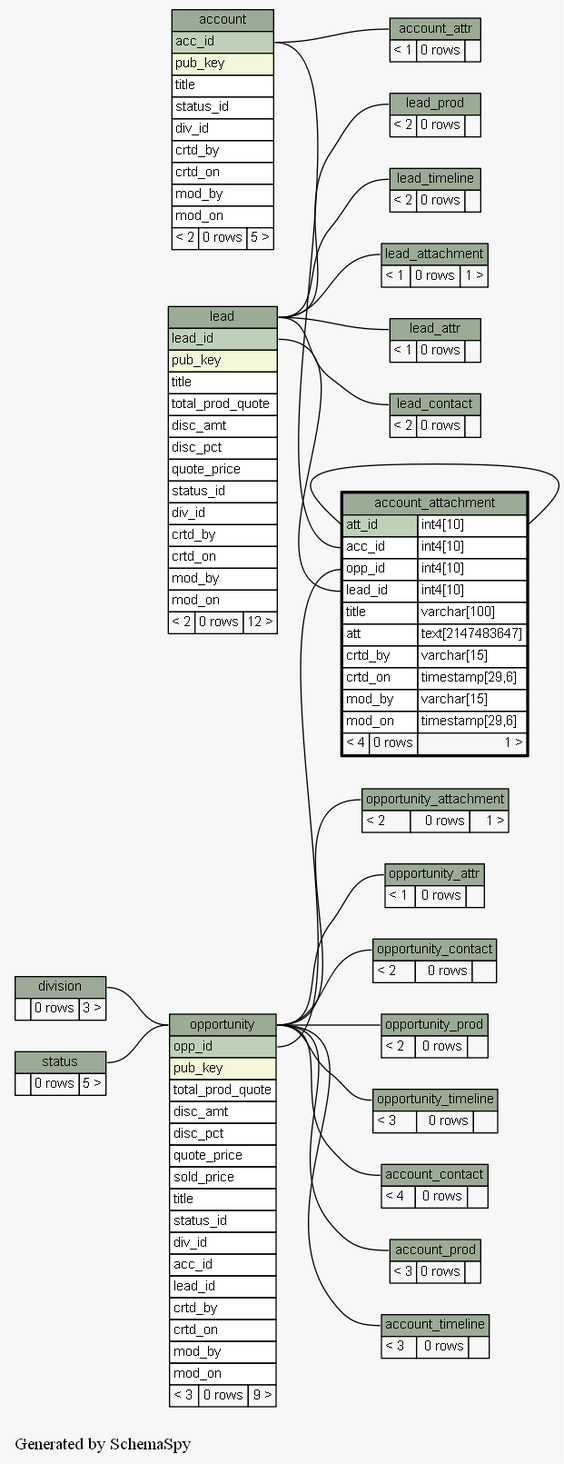
Above: docs/database/schemaspy/graphs/account_attachment.2degrees.png in engineerscraft/salesforce (Graphviz), before the change. Its source is kept beside it as docs/database/schemaspy/graphs/account_attachment.2degrees.dot. The source it was exported from:
```dot
digraph "twoDegreesRelationshipsGraph" {
  graph [
    rankdir="RL"
    bgcolor="#f7f7f7"
    label="\nGenerated by SchemaSpy"
    labeljust="l"
  ];
  node [
    fontname="Helvetica"
    fontsize="11"
    shape="plaintext"
  ];
  edge [
    arrowsize="0.8"
  ];
  "account_attachment":"acc_id":w -> "account":"acc_id":e [arrowtail=crowtee arrowhead=none];
  "account_attachment":"att_id":w -> "account_attachment":"att_id.type":e [arrowtail=tee arrowhead=none];
  "account_attachment":"lead_id":w -> "lead":"lead_id":e [arrowtail=crowodot arrowhead=none];
  "account_attachment":"opp_id":w -> "opportunity":"opp_id":e [arrowtail=crowodot arrowhead=none];
  "account_attr":"account_attr.heading":w -> "account":"acc_id":e [arrowtail=tee arrowhead=none];
  "account_contact":"account_contact.heading":w -> "opportunity":"opportunity.heading":e [arrowtail=crowtee arrowhead=none];
  "account_prod":"account_prod.heading":w -> "opportunity":"opportunity.heading":e [arrowtail=crowtee arrowhead=none];
  "account_timeline":"account_timeline.heading":w -> "opportunity":"opportunity.heading":e [arrowtail=crowodot arrowhead=none];
  "lead_attachment":"lead_attachment.heading":w -> "lead":"lead.heading":e [arrowtail=crowtee arrowhead=none];
  "lead_attr":"lead_attr.heading":w -> "lead":"lead.heading":e [arrowtail=tee arrowhead=none];
  "lead_contact":"lead_contact.heading":w -> "lead":"lead.heading":e [arrowtail=crowtee arrowhead=none];
  "lead_prod":"lead_prod.heading":w -> "lead":"lead.heading":e [arrowtail=crowtee arrowhead=none];
  "lead_timeline":"lead_timeline.heading":w -> "lead":"lead.heading":e [arrowtail=crowtee arrowhead=none];
  "opportunity":"opportunity.heading":w -> "division":"division.heading":e [arrowtail=crowtee arrowhead=none];
  "opportunity":"opportunity.heading":w -> "status":"status.heading":e [arrowtail=crowtee arrowhead=none];
  "opportunity_attachment":"opportunity_attachment.heading":w -> "opportunity":"opportunity.heading":e [arrowtail=crowtee arrowhead=none];
  "opportunity_attr":"opportunity_attr.heading":w -> "opportunity":"opportunity.heading":e [arrowtail=tee arrowhead=none];
  "opportunity_contact":"opportunity_contact.heading":w -> "opportunity":"opportunity.heading":e [arrowtail=crowtee arrowhead=none];
  "opportunity_prod":"opportunity_prod.heading":w -> "opportunity":"opportunity.heading":e [arrowtail=crowtee arrowhead=none];
  "opportunity_timeline":"opportunity_timeline.heading":w -> "opportunity":"opportunity.heading":e [arrowtail=crowtee arrowhead=none];
  "account" [
    label=<
    <TABLE BORDER="0" CELLBORDER="1" CELLSPACING="0" BGCOLOR="#ffffff">
      <TR><TD PORT="account.heading" COLSPAN="3" BGCOLOR="#9bab96" ALIGN="CENTER">account</TD></TR>
      <TR><TD PORT="acc_id" COLSPAN="3" BGCOLOR="#bed1b8" ALIGN="LEFT">acc_id</TD></TR>
      <TR><TD PORT="pub_key" COLSPAN="3" BGCOLOR="#f4f7da" ALIGN="LEFT">pub_key</TD></TR>
      <TR><TD PORT="title" COLSPAN="3" ALIGN="LEFT">title</TD></TR>
      <TR><TD PORT="status_id" COLSPAN="3" ALIGN="LEFT">status_id</TD></TR>
      <TR><TD PORT="div_id" COLSPAN="3" ALIGN="LEFT">div_id</TD></TR>
      <TR><TD PORT="crtd_by" COLSPAN="3" ALIGN="LEFT">crtd_by</TD></TR>
      <TR><TD PORT="crtd_on" COLSPAN="3" ALIGN="LEFT">crtd_on</TD></TR>
      <TR><TD PORT="mod_by" COLSPAN="3" ALIGN="LEFT">mod_by</TD></TR>
      <TR><TD PORT="mod_on" COLSPAN="3" ALIGN="LEFT">mod_on</TD></TR>
      <TR><TD ALIGN="LEFT" BGCOLOR="#f7f7f7">&lt; 2</TD><TD ALIGN="RIGHT" BGCOLOR="#f7f7f7">0 rows</TD><TD ALIGN="RIGHT" BGCOLOR="#f7f7f7">5 &gt;</TD></TR>
    </TABLE>>
    URL="account.html#graph"
    tooltip="account"
  ];
  "account_attachment" [
    label=<
    <TABLE BORDER="2" CELLBORDER="1" CELLSPACING="0" BGCOLOR="#ffffff">
      <TR><TD PORT="account_attachment.heading" COLSPAN="3" BGCOLOR="#9bab96" ALIGN="CENTER">account_attachment</TD></TR>
      <TR><TD PORT="att_id" COLSPAN="2" BGCOLOR="#bed1b8" ALIGN="LEFT">att_id</TD><TD PORT="att_id.type" ALIGN="LEFT">int4[10]</TD></TR>
      <TR><TD PORT="acc_id" COLSPAN="2" ALIGN="LEFT">acc_id</TD><TD PORT="acc_id.type" ALIGN="LEFT">int4[10]</TD></TR>
      <TR><TD PORT="opp_id" COLSPAN="2" ALIGN="LEFT">opp_id</TD><TD PORT="opp_id.type" ALIGN="LEFT">int4[10]</TD></TR>
      <TR><TD PORT="lead_id" COLSPAN="2" ALIGN="LEFT">lead_id</TD><TD PORT="lead_id.type" ALIGN="LEFT">int4[10]</TD></TR>
      <TR><TD PORT="title" COLSPAN="2" ALIGN="LEFT">title</TD><TD PORT="title.type" ALIGN="LEFT">varchar[100]</TD></TR>
      <TR><TD PORT="att" COLSPAN="2" ALIGN="LEFT">att</TD><TD PORT="att.type" ALIGN="LEFT">text[2147483647]</TD></TR>
      <TR><TD PORT="crtd_by" COLSPAN="2" ALIGN="LEFT">crtd_by</TD><TD PORT="crtd_by.type" ALIGN="LEFT">varchar[15]</TD></TR>
      <TR><TD PORT="crtd_on" COLSPAN="2" ALIGN="LEFT">crtd_on</TD><TD PORT="crtd_on.type" ALIGN="LEFT">timestamp[29,6]</TD></TR>
      <TR><TD PORT="mod_by" COLSPAN="2" ALIGN="LEFT">mod_by</TD><TD PORT="mod_by.type" ALIGN="LEFT">varchar[15]</TD></TR>
      <TR><TD PORT="mod_on" COLSPAN="2" ALIGN="LEFT">mod_on</TD><TD PORT="mod_on.type" ALIGN="LEFT">timestamp[29,6]</TD></TR>
      <TR><TD ALIGN="LEFT" BGCOLOR="#f7f7f7">&lt; 4</TD><TD ALIGN="RIGHT" BGCOLOR="#f7f7f7">0 rows</TD><TD ALIGN="RIGHT" BGCOLOR="#f7f7f7">1 &gt;</TD></TR>
    </TABLE>>
    URL="account_attachment.html#"
    tooltip="account_attachment"
  ];
  "account_attr" [
    label=<
    <TABLE BORDER="0" CELLBORDER="1" CELLSPACING="0" BGCOLOR="#ffffff">
      <TR><TD PORT="account_attr.heading" COLSPAN="3" BGCOLOR="#9bab96" ALIGN="CENTER">account_attr</TD></TR>
      <TR><TD ALIGN="LEFT" BGCOLOR="#f7f7f7">&lt; 1</TD><TD ALIGN="RIGHT" BGCOLOR="#f7f7f7">0 rows</TD><TD ALIGN="RIGHT" BGCOLOR="#f7f7f7">  </TD></TR>
    </TABLE>>
    URL="account_attr.html#graph"
    tooltip="account_attr"
  ];
  "account_contact" [
    label=<
    <TABLE BORDER="0" CELLBORDER="1" CELLSPACING="0" BGCOLOR="#ffffff">
      <TR><TD PORT="account_contact.heading" COLSPAN="3" BGCOLOR="#9bab96" ALIGN="CENTER">account_contact</TD></TR>
      <TR><TD ALIGN="LEFT" BGCOLOR="#f7f7f7">&lt; 4</TD><TD ALIGN="RIGHT" BGCOLOR="#f7f7f7">0 rows</TD><TD ALIGN="RIGHT" BGCOLOR="#f7f7f7">  </TD></TR>
    </TABLE>>
    URL="account_contact.html#graph"
    tooltip="account_contact"
  ];
  "account_prod" [
    label=<
    <TABLE BORDER="0" CELLBORDER="1" CELLSPACING="0" BGCOLOR="#ffffff">
      <TR><TD PORT="account_prod.heading" COLSPAN="3" BGCOLOR="#9bab96" ALIGN="CENTER">account_prod</TD></TR>
      <TR><TD ALIGN="LEFT" BGCOLOR="#f7f7f7">&lt; 3</TD><TD ALIGN="RIGHT" BGCOLOR="#f7f7f7">0 rows</TD><TD ALIGN="RIGHT" BGCOLOR="#f7f7f7">  </TD></TR>
    </TABLE>>
    URL="account_prod.html#graph"
    tooltip="account_prod"
  ];
  "account_timeline" [
    label=<
    <TABLE BORDER="0" CELLBORDER="1" CELLSPACING="0" BGCOLOR="#ffffff">
      <TR><TD PORT="account_timeline.heading" COLSPAN="3" BGCOLOR="#9bab96" ALIGN="CENTER">account_timeline</TD></TR>
      <TR><TD ALIGN="LEFT" BGCOLOR="#f7f7f7">&lt; 3</TD><TD ALIGN="RIGHT" BGCOLOR="#f7f7f7">0 rows</TD><TD ALIGN="RIGHT" BGCOLOR="#f7f7f7">  </TD></TR>
    </TABLE>>
    URL="account_timeline.html#graph"
    tooltip="account_timeline"
  ];
  "division" [
    label=<
    <TABLE BORDER="0" CELLBORDER="1" CELLSPACING="0" BGCOLOR="#ffffff">
      <TR><TD PORT="division.heading" COLSPAN="3" BGCOLOR="#9bab96" ALIGN="CENTER">division</TD></TR>
      <TR><TD ALIGN="LEFT" BGCOLOR="#f7f7f7">  </TD><TD ALIGN="RIGHT" BGCOLOR="#f7f7f7">0 rows</TD><TD ALIGN="RIGHT" BGCOLOR="#f7f7f7">3 &gt;</TD></TR>
    </TABLE>>
    URL="division.html#graph"
    tooltip="division"
  ];
  "lead" [
    label=<
    <TABLE BORDER="0" CELLBORDER="1" CELLSPACING="0" BGCOLOR="#ffffff">
      <TR><TD PORT="lead.heading" COLSPAN="3" BGCOLOR="#9bab96" ALIGN="CENTER">lead</TD></TR>
      <TR><TD PORT="lead_id" COLSPAN="3" BGCOLOR="#bed1b8" ALIGN="LEFT">lead_id</TD></TR>
      <TR><TD PORT="pub_key" COLSPAN="3" BGCOLOR="#f4f7da" ALIGN="LEFT">pub_key</TD></TR>
      <TR><TD PORT="title" COLSPAN="3" ALIGN="LEFT">title</TD></TR>
      <TR><TD PORT="total_prod_quote" COLSPAN="3" ALIGN="LEFT">total_prod_quote</TD></TR>
      <TR><TD PORT="disc_amt" COLSPAN="3" ALIGN="LEFT">disc_amt</TD></TR>
      <TR><TD PORT="disc_pct" COLSPAN="3" ALIGN="LEFT">disc_pct</TD></TR>
      <TR><TD PORT="quote_price" COLSPAN="3" ALIGN="LEFT">quote_price</TD></TR>
      <TR><TD PORT="status_id" COLSPAN="3" ALIGN="LEFT">status_id</TD></TR>
      <TR><TD PORT="div_id" COLSPAN="3" ALIGN="LEFT">div_id</TD></TR>
      <TR><TD PORT="crtd_by" COLSPAN="3" ALIGN="LEFT">crtd_by</TD></TR>
      <TR><TD PORT="crtd_on" COLSPAN="3" ALIGN="LEFT">crtd_on</TD></TR>
      <TR><TD PORT="mod_by" COLSPAN="3" ALIGN="LEFT">mod_by</TD></TR>
      <TR><TD PORT="mod_on" COLSPAN="3" ALIGN="LEFT">mod_on</TD></TR>
      <TR><TD ALIGN="LEFT" BGCOLOR="#f7f7f7">&lt; 2</TD><TD ALIGN="RIGHT" BGCOLOR="#f7f7f7">0 rows</TD><TD ALIGN="RIGHT" BGCOLOR="#f7f7f7">12 &gt;</TD></TR>
    </TABLE>>
    URL="lead.html#graph"
    tooltip="lead"
  ];
  "lead_attachment" [
    label=<
    <TABLE BORDER="0" CELLBORDER="1" CELLSPACING="0" BGCOLOR="#ffffff">
      <TR><TD PORT="lead_attachment.heading" COLSPAN="3" BGCOLOR="#9bab96" ALIGN="CENTER">lead_attachment</TD></TR>
      <TR><TD ALIGN="LEFT" BGCOLOR="#f7f7f7">&lt; 1</TD><TD ALIGN="RIGHT" BGCOLOR="#f7f7f7">0 rows</TD><TD ALIGN="RIGHT" BGCOLOR="#f7f7f7">1 &gt;</TD></TR>
    </TABLE>>
    URL="lead_attachment.html#graph"
    tooltip="lead_attachment"
  ];
  "lead_attr" [
    label=<
    <TABLE BORDER="0" CELLBORDER="1" CELLSPACING="0" BGCOLOR="#ffffff">
      <TR><TD PORT="lead_attr.heading" COLSPAN="3" BGCOLOR="#9bab96" ALIGN="CENTER">lead_attr</TD></TR>
      <TR><TD ALIGN="LEFT" BGCOLOR="#f7f7f7">&lt; 1</TD><TD ALIGN="RIGHT" BGCOLOR="#f7f7f7">0 rows</TD><TD ALIGN="RIGHT" BGCOLOR="#f7f7f7">  </TD></TR>
    </TABLE>>
    URL="lead_attr.html#graph"
    tooltip="lead_attr"
  ];
  "lead_contact" [
    label=<
    <TABLE BORDER="0" CELLBORDER="1" CELLSPACING="0" BGCOLOR="#ffffff">
      <TR><TD PORT="lead_contact.heading" COLSPAN="3" BGCOLOR="#9bab96" ALIGN="CENTER">lead_contact</TD></TR>
      <TR><TD ALIGN="LEFT" BGCOLOR="#f7f7f7">&lt; 2</TD><TD ALIGN="RIGHT" BGCOLOR="#f7f7f7">0 rows</TD><TD ALIGN="RIGHT" BGCOLOR="#f7f7f7">  </TD></TR>
    </TABLE>>
    URL="lead_contact.html#graph"
    tooltip="lead_contact"
  ];
  "lead_prod" [
    label=<
    <TABLE BORDER="0" CELLBORDER="1" CELLSPACING="0" BGCOLOR="#ffffff">
      <TR><TD PORT="lead_prod.heading" COLSPAN="3" BGCOLOR="#9bab96" ALIGN="CENTER">lead_prod</TD></TR>
      <TR><TD ALIGN="LEFT" BGCOLOR="#f7f7f7">&lt; 2</TD><TD ALIGN="RIGHT" BGCOLOR="#f7f7f7">0 rows</TD><TD ALIGN="RIGHT" BGCOLOR="#f7f7f7">  </TD></TR>
    </TABLE>>
    URL="lead_prod.html#graph"
    tooltip="lead_prod"
  ];
  "lead_timeline" [
    label=<
    <TABLE BORDER="0" CELLBORDER="1" CELLSPACING="0" BGCOLOR="#ffffff">
      <TR><TD PORT="lead_timeline.heading" COLSPAN="3" BGCOLOR="#9bab96" ALIGN="CENTER">lead_timeline</TD></TR>
      <TR><TD ALIGN="LEFT" BGCOLOR="#f7f7f7">&lt; 2</TD><TD ALIGN="RIGHT" BGCOLOR="#f7f7f7">0 rows</TD><TD ALIGN="RIGHT" BGCOLOR="#f7f7f7">  </TD></TR>
    </TABLE>>
    URL="lead_timeline.html#graph"
    tooltip="lead_timeline"
  ];
  "opportunity" [
    label=<
    <TABLE BORDER="0" CELLBORDER="1" CELLSPACING="0" BGCOLOR="#ffffff">
      <TR><TD PORT="opportunity.heading" COLSPAN="3" BGCOLOR="#9bab96" ALIGN="CENTER">opportunity</TD></TR>
      <TR><TD PORT="opp_id" COLSPAN="3" BGCOLOR="#bed1b8" ALIGN="LEFT">opp_id</TD></TR>
      <TR><TD PORT="pub_key" COLSPAN="3" BGCOLOR="#f4f7da" ALIGN="LEFT">pub_key</TD></TR>
      <TR><TD PORT="total_prod_quote" COLSPAN="3" ALIGN="LEFT">total_prod_quote</TD></TR>
      <TR><TD PORT="disc_amt" COLSPAN="3" ALIGN="LEFT">disc_amt</TD></TR>
      <TR><TD PORT="disc_pct" COLSPAN="3" ALIGN="LEFT">disc_pct</TD></TR>
      <TR><TD PORT="quote_price" COLSPAN="3" ALIGN="LEFT">quote_price</TD></TR>
      <TR><TD PORT="sold_price" COLSPAN="3" ALIGN="LEFT">sold_price</TD></TR>
      <TR><TD PORT="title" COLSPAN="3" ALIGN="LEFT">title</TD></TR>
      <TR><TD PORT="status_id" COLSPAN="3" ALIGN="LEFT">status_id</TD></TR>
      <TR><TD PORT="div_id" COLSPAN="3" ALIGN="LEFT">div_id</TD></TR>
      <TR><TD PORT="acc_id" COLSPAN="3" ALIGN="LEFT">acc_id</TD></TR>
      <TR><TD PORT="lead_id" COLSPAN="3" ALIGN="LEFT">lead_id</TD></TR>
      <TR><TD PORT="crtd_by" COLSPAN="3" ALIGN="LEFT">crtd_by</TD></TR>
      <TR><TD PORT="crtd_on" COLSPAN="3" ALIGN="LEFT">crtd_on</TD></TR>
      <TR><TD PORT="mod_by" COLSPAN="3" ALIGN="LEFT">mod_by</TD></TR>
      <TR><TD PORT="mod_on" COLSPAN="3" ALIGN="LEFT">mod_on</TD></TR>
      <TR><TD ALIGN="LEFT" BGCOLOR="#f7f7f7">&lt; 3</TD><TD ALIGN="RIGHT" BGCOLOR="#f7f7f7">0 rows</TD><TD ALIGN="RIGHT" BGCOLOR="#f7f7f7">9 &gt;</TD></TR>
    </TABLE>>
    URL="opportunity.html#graph"
    tooltip="opportunity"
  ];
  "opportunity_attachment" [
    label=<
    <TABLE BORDER="0" CELLBORDER="1" CELLSPACING="0" BGCOLOR="#ffffff">
      <TR><TD PORT="opportunity_attachment.heading" COLSPAN="3" BGCOLOR="#9bab96" ALIGN="CENTER">opportunity_attachment</TD></TR>
      <TR><TD ALIGN="LEFT" BGCOLOR="#f7f7f7">&lt; 2</TD><TD ALIGN="RIGHT" BGCOLOR="#f7f7f7">0 rows</TD><TD ALIGN="RIGHT" BGCOLOR="#f7f7f7">1 &gt;</TD></TR>
    </TABLE>>
    URL="opportunity_attachment.html#graph"
    tooltip="opportunity_attachment"
  ];
  "opportunity_attr" [
    label=<
    <TABLE BORDER="0" CELLBORDER="1" CELLSPACING="0" BGCOLOR="#ffffff">
      <TR><TD PORT="opportunity_attr.heading" COLSPAN="3" BGCOLOR="#9bab96" ALIGN="CENTER">opportunity_attr</TD></TR>
      <TR><TD ALIGN="LEFT" BGCOLOR="#f7f7f7">&lt; 1</TD><TD ALIGN="RIGHT" BGCOLOR="#f7f7f7">0 rows</TD><TD ALIGN="RIGHT" BGCOLOR="#f7f7f7">  </TD></TR>
    </TABLE>>
    URL="opportunity_attr.html#graph"
    tooltip="opportunity_attr"
  ];
  "opportunity_contact" [
    label=<
    <TABLE BORDER="0" CELLBORDER="1" CELLSPACING="0" BGCOLOR="#ffffff">
      <TR><TD PORT="opportunity_contact.heading" COLSPAN="3" BGCOLOR="#9bab96" ALIGN="CENTER">opportunity_contact</TD></TR>
      <TR><TD ALIGN="LEFT" BGCOLOR="#f7f7f7">&lt; 2</TD><TD ALIGN="RIGHT" BGCOLOR="#f7f7f7">0 rows</TD><TD ALIGN="RIGHT" BGCOLOR="#f7f7f7">  </TD></TR>
    </TABLE>>
    URL="opportunity_contact.html#graph"
    tooltip="opportunity_contact"
  ];
  "opportunity_prod" [
    label=<
    <TABLE BORDER="0" CELLBORDER="1" CELLSPACING="0" BGCOLOR="#ffffff">
      <TR><TD PORT="opportunity_prod.heading" COLSPAN="3" BGCOLOR="#9bab96" ALIGN="CENTER">opportunity_prod</TD></TR>
      <TR><TD ALIGN="LEFT" BGCOLOR="#f7f7f7">&lt; 2</TD><TD ALIGN="RIGHT" BGCOLOR="#f7f7f7">0 rows</TD><TD ALIGN="RIGHT" BGCOLOR="#f7f7f7">  </TD></TR>
    </TABLE>>
    URL="opportunity_prod.html#graph"
    tooltip="opportunity_prod"
  ];
  "opportunity_timeline" [
    label=<
    <TABLE BORDER="0" CELLBORDER="1" CELLSPACING="0" BGCOLOR="#ffffff">
      <TR><TD PORT="opportunity_timeline.heading" COLSPAN="3" BGCOLOR="#9bab96" ALIGN="CENTER">opportunity_timeline</TD></TR>
      <TR><TD ALIGN="LEFT" BGCOLOR="#f7f7f7">&lt; 3</TD><TD ALIGN="RIGHT" BGCOLOR="#f7f7f7">0 rows</TD><TD ALIGN="RIGHT" BGCOLOR="#f7f7f7">  </TD></TR>
    </TABLE>>
    URL="opportunity_timeline.html#graph"
    tooltip="opportunity_timeline"
  ];
  "status" [
    label=<
    <TABLE BORDER="0" CELLBORDER="1" CELLSPACING="0" BGCOLOR="#ffffff">
      <TR><TD PORT="status.heading" COLSPAN="3" BGCOLOR="#9bab96" ALIGN="CENTER">status</TD></TR>
      <TR><TD ALIGN="LEFT" BGCOLOR="#f7f7f7">  </TD><TD ALIGN="RIGHT" BGCOLOR="#f7f7f7">0 rows</TD><TD ALIGN="RIGHT" BGCOLOR="#f7f7f7">5 &gt;</TD></TR>
    </TABLE>>
    URL="status.html#graph"
    tooltip="status"
  ];
}
```
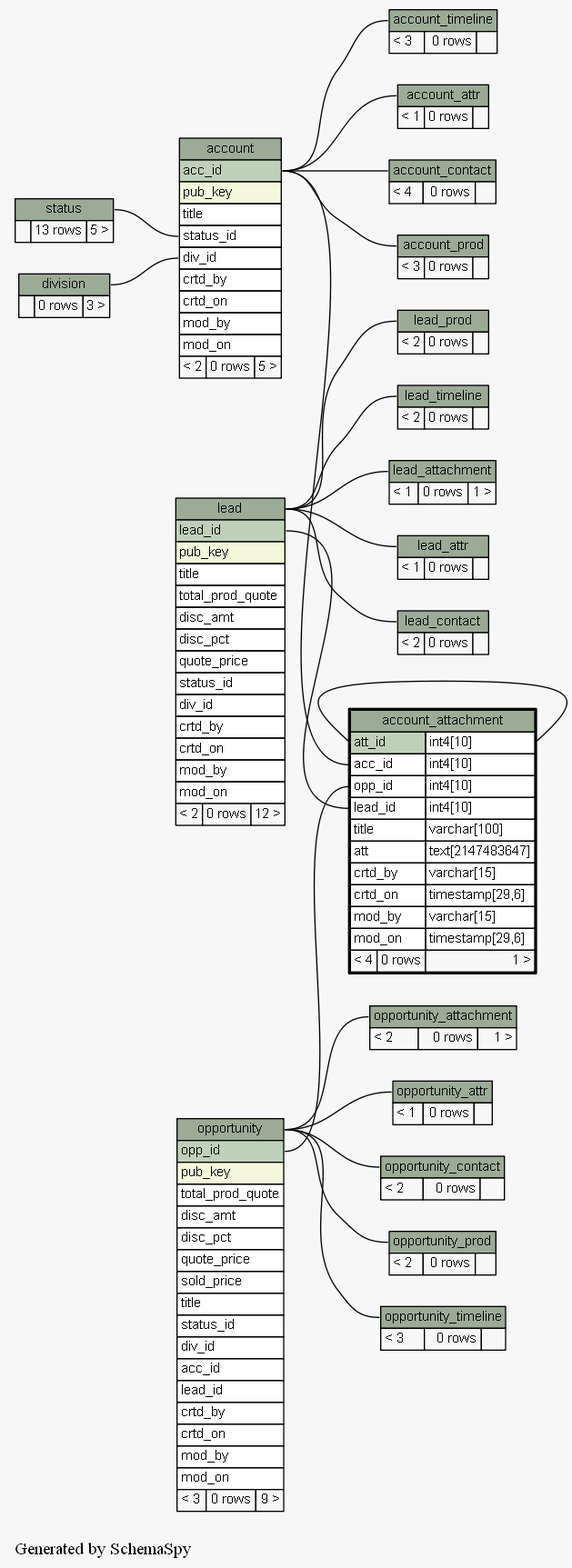
The same file after the commit.

The edit, as a diff of the source:
```diff
@@ -13,21 +13,21 @@
   edge [
     arrowsize="0.8"
   ];
+  "account":"div_id":w -> "division":"division.heading":e [arrowtail=crowtee arrowhead=none];
+  "account":"status_id":w -> "status":"status.heading":e [arrowtail=crowtee arrowhead=none];
   "account_attachment":"acc_id":w -> "account":"acc_id":e [arrowtail=crowtee arrowhead=none];
   "account_attachment":"att_id":w -> "account_attachment":"att_id.type":e [arrowtail=tee arrowhead=none];
   "account_attachment":"lead_id":w -> "lead":"lead_id":e [arrowtail=crowodot arrowhead=none];
   "account_attachment":"opp_id":w -> "opportunity":"opp_id":e [arrowtail=crowodot arrowhead=none];
   "account_attr":"account_attr.heading":w -> "account":"acc_id":e [arrowtail=tee arrowhead=none];
-  "account_contact":"account_contact.heading":w -> "opportunity":"opportunity.heading":e [arrowtail=crowtee arrowhead=none];
-  "account_prod":"account_prod.heading":w -> "opportunity":"opportunity.heading":e [arrowtail=crowtee arrowhead=none];
-  "account_timeline":"account_timeline.heading":w -> "opportunity":"opportunity.heading":e [arrowtail=crowodot arrowhead=none];
+  "account_contact":"account_contact.heading":w -> "account":"acc_id":e [arrowtail=crowtee arrowhead=none];
+  "account_prod":"account_prod.heading":w -> "account":"acc_id":e [arrowtail=crowtee arrowhead=none];
+  "account_timeline":"account_timeline.heading":w -> "account":"acc_id":e [arrowtail=crowtee arrowhead=none];
   "lead_attachment":"lead_attachment.heading":w -> "lead":"lead.heading":e [arrowtail=crowtee arrowhead=none];
   "lead_attr":"lead_attr.heading":w -> "lead":"lead.heading":e [arrowtail=tee arrowhead=none];
   "lead_contact":"lead_contact.heading":w -> "lead":"lead.heading":e [arrowtail=crowtee arrowhead=none];
   "lead_prod":"lead_prod.heading":w -> "lead":"lead.heading":e [arrowtail=crowtee arrowhead=none];
   "lead_timeline":"lead_timeline.heading":w -> "lead":"lead.heading":e [arrowtail=crowtee arrowhead=none];
-  "opportunity":"opportunity.heading":w -> "division":"division.heading":e [arrowtail=crowtee arrowhead=none];
-  "opportunity":"opportunity.heading":w -> "status":"status.heading":e [arrowtail=crowtee arrowhead=none];
   "opportunity_attachment":"opportunity_attachment.heading":w -> "opportunity":"opportunity.heading":e [arrowtail=crowtee arrowhead=none];
   "opportunity_attr":"opportunity_attr.heading":w -> "opportunity":"opportunity.heading":e [arrowtail=tee arrowhead=none];
   "opportunity_contact":"opportunity_contact.heading":w -> "opportunity":"opportunity.heading":e [arrowtail=crowtee arrowhead=none];
@@ -256,7 +256,7 @@
     label=<
     <TABLE BORDER="0" CELLBORDER="1" CELLSPACING="0" BGCOLOR="#ffffff">
       <TR><TD PORT="status.heading" COLSPAN="3" BGCOLOR="#9bab96" ALIGN="CENTER">status</TD></TR>
-      <TR><TD ALIGN="LEFT" BGCOLOR="#f7f7f7">  </TD><TD ALIGN="RIGHT" BGCOLOR="#f7f7f7">0 rows</TD><TD ALIGN="RIGHT" BGCOLOR="#f7f7f7">5 &gt;</TD></TR>
+      <TR><TD ALIGN="LEFT" BGCOLOR="#f7f7f7">  </TD><TD ALIGN="RIGHT" BGCOLOR="#f7f7f7">13 rows</TD><TD ALIGN="RIGHT" BGCOLOR="#f7f7f7">5 &gt;</TD></TR>
     </TABLE>>
     URL="status.html#graph"
     tooltip="status"
```
